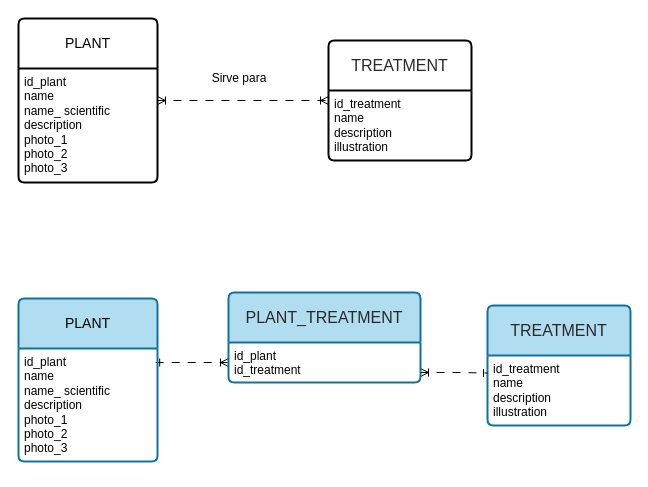
The draw.io diagram page "01-herbolario" (1 of 7) of diagrams/ejercicios-01.drawio in observadoro/mer, before the edit. Source tidied: cells renumbered, new cells numbered last; positions are measured from the earlier drawing's top-left corner, leaving out a move shared by most shapes. Both pictures are drawn from the tidied source at 100%, with x=0, y=0 at pixel (18, 18).
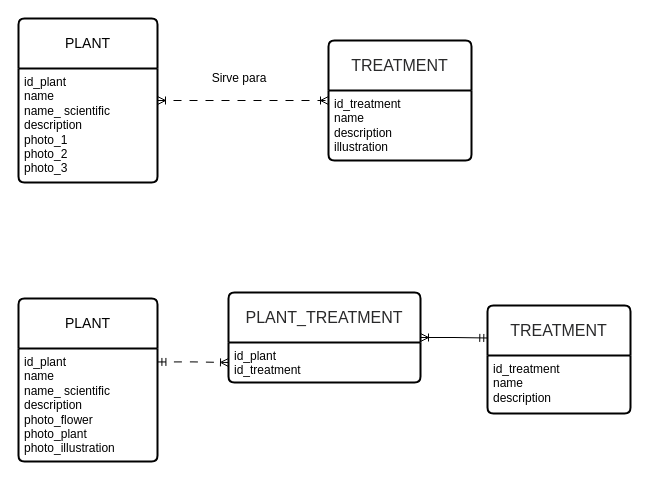
The same page after the edit.

Diff of the diagram source:
```diff
@@
 <mxGraphModel>
   <root>
     <mxCell id="0" />
     <mxCell id="1" parent="0" />
     <mxCell id="2" style="edgeStyle=orthogonalEdgeStyle;rounded=0;jettySize=auto;html=1;entryX=0;entryY=0.5;entryDx=0;entryDy=0;startArrow=ERoneToMany;startFill=0;endArrow=ERoneToMany;endFill=0;dashed=1;dashPattern=8 8;" parent="1" edge="1" source="3" target="5">
       <mxGeometry relative="1" as="geometry" />
     </mxCell>
     <mxCell id="3" value="PLANT" style="swimlane;horizontal=1;startSize=50;rounded=1;fontSize=14;fontStyle=0;strokeWidth=2;shadow=0;dashed=0;align=center;arcSize=4;whiteSpace=wrap;html=1;" parent="1" vertex="1">
       <mxGeometry width="139" height="164" as="geometry" />
     </mxCell>
     <mxCell id="4" value="&lt;div&gt;id_plant&lt;/div&gt;name&lt;br&gt;name_ scientific&lt;br&gt;description&lt;div&gt;photo_1&lt;/div&gt;&lt;div&gt;photo_2&lt;/div&gt;&lt;div&gt;photo_3&lt;/div&gt;&lt;div&gt;&lt;br&gt;&lt;/div&gt;" style="align=left;strokeColor=none;fillColor=none;spacingLeft=4;spacingRight=4;fontSize=12;verticalAlign=top;html=1;whiteSpace=wrap;" parent="3" vertex="1">
       <mxGeometry y="50" width="139" height="114" as="geometry" />
     </mxCell>
     <mxCell id="5" value="&lt;div style=&quot;text-align: start;&quot;&gt;&lt;span style=&quot;color: rgb(41, 41, 42); font-family: &amp;quot;Inter Variable&amp;quot;, Helvetica, sans-serif; font-size: 16px;&quot;&gt;TREATMENT&lt;/span&gt;&lt;/div&gt;" style="swimlane;horizontal=1;startSize=50;rounded=1;fontSize=14;fontStyle=0;strokeWidth=2;shadow=0;dashed=0;align=center;arcSize=4;whiteSpace=wrap;html=1;" parent="1" vertex="1">
       <mxGeometry x="310" y="22" width="143" height="120" as="geometry" />
     </mxCell>
     <mxCell id="6" value="&lt;div&gt;id_treatment&lt;/div&gt;name&lt;div&gt;description&lt;/div&gt;&lt;div&gt;illustration&lt;/div&gt;" style="align=left;strokeColor=none;fillColor=none;spacingLeft=4;spacingRight=4;fontSize=12;verticalAlign=top;html=1;whiteSpace=wrap;" parent="5" vertex="1">
       <mxGeometry y="50" width="143" height="70" as="geometry" />
     </mxCell>
-    <mxCell id="7" style="edgeStyle=orthogonalEdgeStyle;rounded=0;jettySize=auto;html=1;entryX=0;entryY=0.5;entryDx=0;entryDy=0;startArrow=ERone;startFill=0;endArrow=ERoneToMany;endFill=0;exitX=0.987;exitY=0.124;exitDx=0;exitDy=0;exitPerimeter=0;dashed=1;dashPattern=8 8;" parent="1" edge="1" source="9" target="14">
+    <mxCell id="7" style="edgeStyle=orthogonalEdgeStyle;rounded=0;jettySize=auto;html=1;entryX=0;entryY=0.5;entryDx=0;entryDy=0;startArrow=ERmandOne;startFill=0;endArrow=ERoneToMany;endFill=0;exitX=1.003;exitY=0.119;exitDx=0;exitDy=0;exitPerimeter=0;dashed=1;dashPattern=8 8;" parent="1" edge="1" source="9" target="14">
       <mxGeometry x="0.24" relative="1" as="geometry" />
     </mxCell>
-    <mxCell id="8" value="PLANT" style="swimlane;horizontal=1;startSize=50;rounded=1;fontSize=14;fontStyle=0;strokeWidth=2;shadow=0;dashed=0;align=center;arcSize=4;whiteSpace=wrap;html=1;labelBorderColor=none;swimlaneFillColor=none;glass=0;fillColor=#b1ddf0;strokeColor=#10739e;" parent="1" vertex="1">
+    <mxCell id="8" value="PLANT" style="swimlane;horizontal=1;startSize=50;rounded=1;fontSize=14;fontStyle=0;strokeWidth=2;shadow=0;dashed=0;align=center;arcSize=4;whiteSpace=wrap;html=1;labelBorderColor=none;swimlaneFillColor=none;glass=0;" parent="1" vertex="1">
       <mxGeometry y="280" width="139" height="163" as="geometry" />
     </mxCell>
-    <mxCell id="9" value="&lt;div&gt;id_plant&lt;/div&gt;name&lt;br&gt;name_ scientific&lt;br&gt;description&lt;div&gt;photo_1&lt;/div&gt;&lt;div&gt;photo_2&lt;/div&gt;&lt;div&gt;photo_3&lt;/div&gt;&lt;div&gt;&lt;br&gt;&lt;/div&gt;" style="align=left;strokeColor=none;fillColor=none;spacingLeft=4;spacingRight=4;fontSize=12;verticalAlign=top;html=1;whiteSpace=wrap;" parent="8" vertex="1">
+    <mxCell id="9" value="&lt;div&gt;id_plant&lt;/div&gt;name&lt;br&gt;name_ scientific&lt;br&gt;description&lt;div&gt;photo_flower&lt;/div&gt;&lt;div&gt;photo_plant&lt;/div&gt;&lt;div&gt;photo_illustration&lt;/div&gt;&lt;div&gt;&lt;br&gt;&lt;/div&gt;" style="align=left;strokeColor=none;fillColor=none;spacingLeft=4;spacingRight=4;fontSize=12;verticalAlign=top;html=1;whiteSpace=wrap;" parent="8" vertex="1">
       <mxGeometry y="50" width="139" height="113" as="geometry" />
     </mxCell>
-    <mxCell id="10" value="&lt;div style=&quot;text-align: start;&quot;&gt;&lt;span style=&quot;color: rgb(41, 41, 42); font-family: &amp;quot;Inter Variable&amp;quot;, Helvetica, sans-serif; font-size: 16px;&quot;&gt;TREATMENT&lt;/span&gt;&lt;/div&gt;" style="swimlane;horizontal=1;startSize=50;rounded=1;fontSize=14;fontStyle=0;strokeWidth=2;shadow=0;dashed=0;align=center;arcSize=4;whiteSpace=wrap;html=1;fillColor=#b1ddf0;strokeColor=#10739e;glass=0;swimlaneLine=1;" parent="1" vertex="1">
-      <mxGeometry x="469" y="287" width="143" height="120" as="geometry" />
+    <mxCell id="10" value="&lt;div style=&quot;text-align: start;&quot;&gt;&lt;span style=&quot;color: rgb(41, 41, 42); font-family: &amp;quot;Inter Variable&amp;quot;, Helvetica, sans-serif; font-size: 16px;&quot;&gt;TREATMENT&lt;/span&gt;&lt;/div&gt;" style="swimlane;horizontal=1;startSize=50;rounded=1;fontSize=14;fontStyle=0;strokeWidth=2;shadow=0;dashed=0;align=center;arcSize=4;whiteSpace=wrap;html=1;glass=0;swimlaneLine=1;" parent="1" vertex="1">
+      <mxGeometry x="469" y="287" width="143" height="108" as="geometry" />
     </mxCell>
-    <mxCell id="11" value="&lt;div&gt;&lt;div&gt;id_treatment&lt;/div&gt;&lt;/div&gt;name&lt;div&gt;&lt;div&gt;description&lt;/div&gt;&lt;div&gt;illustration&lt;/div&gt;&lt;/div&gt;" style="align=left;strokeColor=none;fillColor=none;spacingLeft=4;spacingRight=4;fontSize=12;verticalAlign=top;html=1;whiteSpace=wrap;" parent="10" vertex="1">
-      <mxGeometry y="50" width="143" height="70" as="geometry" />
+    <mxCell id="11" value="&lt;div&gt;&lt;div&gt;id_treatment&lt;/div&gt;&lt;/div&gt;name&lt;div&gt;&lt;div&gt;description&lt;/div&gt;&lt;/div&gt;" style="align=left;strokeColor=none;fillColor=none;spacingLeft=4;spacingRight=4;fontSize=12;verticalAlign=top;html=1;whiteSpace=wrap;" parent="10" vertex="1">
+      <mxGeometry y="50" width="143" height="58" as="geometry" />
     </mxCell>
-    <mxCell id="12" style="edgeStyle=orthogonalEdgeStyle;rounded=0;jettySize=auto;html=1;startArrow=ERoneToMany;startFill=0;endArrow=ERone;endFill=0;exitX=1;exitY=0.75;exitDx=0;exitDy=0;entryX=0;entryY=0.25;entryDx=0;entryDy=0;dashed=1;dashPattern=8 8;" parent="1" edge="1" source="14" target="11">
-      <mxGeometry relative="1" as="geometry" />
-    </mxCell>
-    <mxCell id="13" value="&lt;div style=&quot;text-align: start;&quot;&gt;&lt;span style=&quot;color: rgb(41, 41, 42); font-family: &amp;quot;Inter Variable&amp;quot;, Helvetica, sans-serif; font-size: 16px;&quot;&gt;PLANT_TREATMENT&lt;/span&gt;&lt;/div&gt;" style="swimlane;horizontal=1;startSize=50;rounded=1;fontSize=14;fontStyle=0;strokeWidth=2;shadow=0;dashed=0;align=center;arcSize=4;whiteSpace=wrap;html=1;fillColor=#b1ddf0;strokeColor=#10739e;" parent="1" vertex="1">
+    <mxCell id="13" value="&lt;div style=&quot;text-align: start;&quot;&gt;&lt;span style=&quot;color: rgb(41, 41, 42); font-family: &amp;quot;Inter Variable&amp;quot;, Helvetica, sans-serif; font-size: 16px;&quot;&gt;PLANT_TREATMENT&lt;/span&gt;&lt;/div&gt;" style="swimlane;horizontal=1;startSize=50;rounded=1;fontSize=14;fontStyle=0;strokeWidth=2;shadow=0;dashed=0;align=center;arcSize=4;whiteSpace=wrap;html=1;" parent="1" vertex="1">
       <mxGeometry x="210" y="274" width="192" height="90" as="geometry" />
     </mxCell>
     <mxCell id="14" value="&lt;div&gt;&lt;span style=&quot;background-color: transparent; color: light-dark(rgb(0, 0, 0), rgb(255, 255, 255));&quot;&gt;id_plant&lt;/span&gt;&lt;/div&gt;&lt;div&gt;id_treatment&lt;/div&gt;" style="align=left;strokeColor=none;fillColor=none;spacingLeft=4;spacingRight=4;fontSize=12;verticalAlign=top;html=1;whiteSpace=wrap;" parent="13" vertex="1">
       <mxGeometry y="50" width="192" height="40" as="geometry" />
     </mxCell>
     <mxCell id="15" value="Sirve para" style="text;html=1;whiteSpace=wrap;strokeColor=none;fillColor=none;align=center;verticalAlign=middle;rounded=0;" parent="1" vertex="1">
       <mxGeometry x="191" y="45" width="60" height="30" as="geometry" />
     </mxCell>
+    <mxCell id="16" style="edgeStyle=orthogonalEdgeStyle;rounded=0;jettySize=auto;html=1;entryX=0.002;entryY=0.301;entryDx=0;entryDy=0;entryPerimeter=0;endArrow=ERmandOne;endFill=0;startArrow=ERoneToMany;startFill=0;" parent="1" edge="1" source="13" target="10">
+      <mxGeometry relative="1" as="geometry" />
+    </mxCell>
   </root>
 </mxGraphModel>
```
